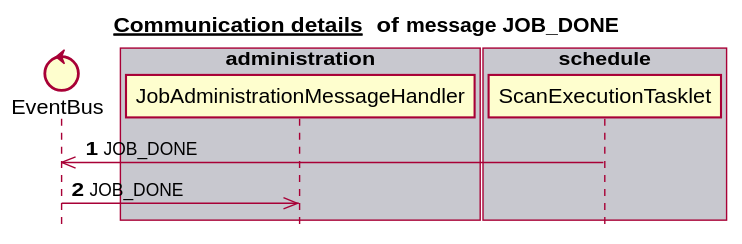
Earlier version of the PlantUML export docs/latest/images/gen_domain_messaging_job_done.svg (mercedes-benz/sechub). Source of this version:
```plantuml
@startuml


title __Communication details __ of **message JOB_DONE**
skinparam style strictuml


control EventBus
box "scan" #C8C8CF
end box
box "authorization" #F8F8FF
end box
box "administration" #C8C8CF
   participant JobAdministrationMessageHandler
end box
box "notification" #F8F8FF
end box
box "schedule" #C8C8CF
   participant ScanExecutionTasklet
end box
autonumber 1
ScanExecutionTasklet ->> EventBus:JOB_DONE
EventBus ->> JobAdministrationMessageHandler:JOB_DONE
autonumber stop


@enduml
```
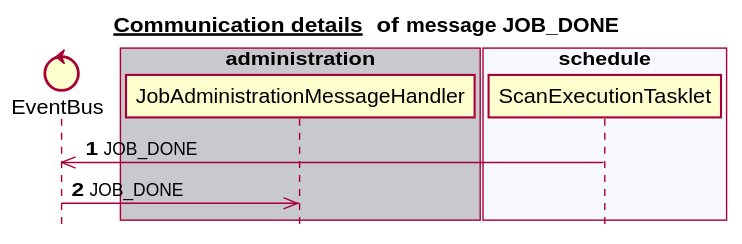
The same file after the commit.

Diff of the diagram source:
```diff
@@ -6,17 +6,17 @@
 
 
 control EventBus
-box "scan" #C8C8CF
+box "notification" #C8C8CF
 end box
 box "authorization" #F8F8FF
 end box
 box "administration" #C8C8CF
    participant JobAdministrationMessageHandler
 end box
-box "notification" #F8F8FF
+box "schedule" #F8F8FF
+   participant ScanExecutionTasklet
 end box
-box "schedule" #C8C8CF
-   participant ScanExecutionTasklet
+box "scan" #C8C8CF
 end box
 autonumber 1
 ScanExecutionTasklet ->> EventBus:JOB_DONE
```
